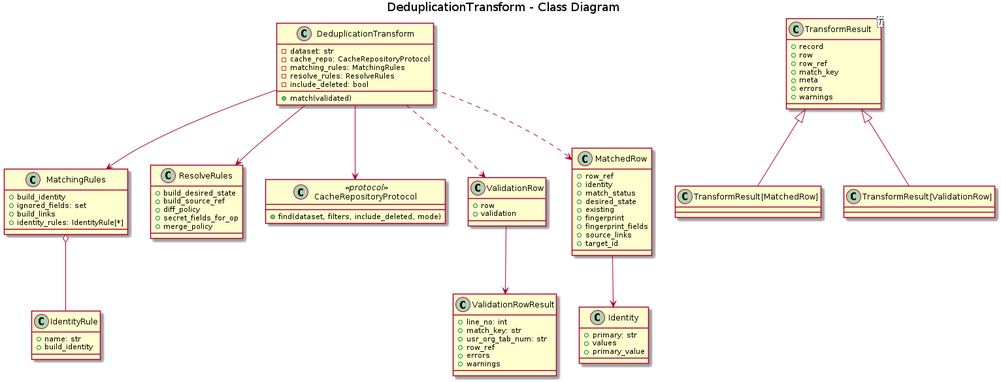
Above: docs/uml/transform/matcher/matcher_class.png in xORex-LC/nexus-etl (PlantUML), before the change. Its source is kept beside it as docs/uml/transform/matcher/matcher_class.puml.
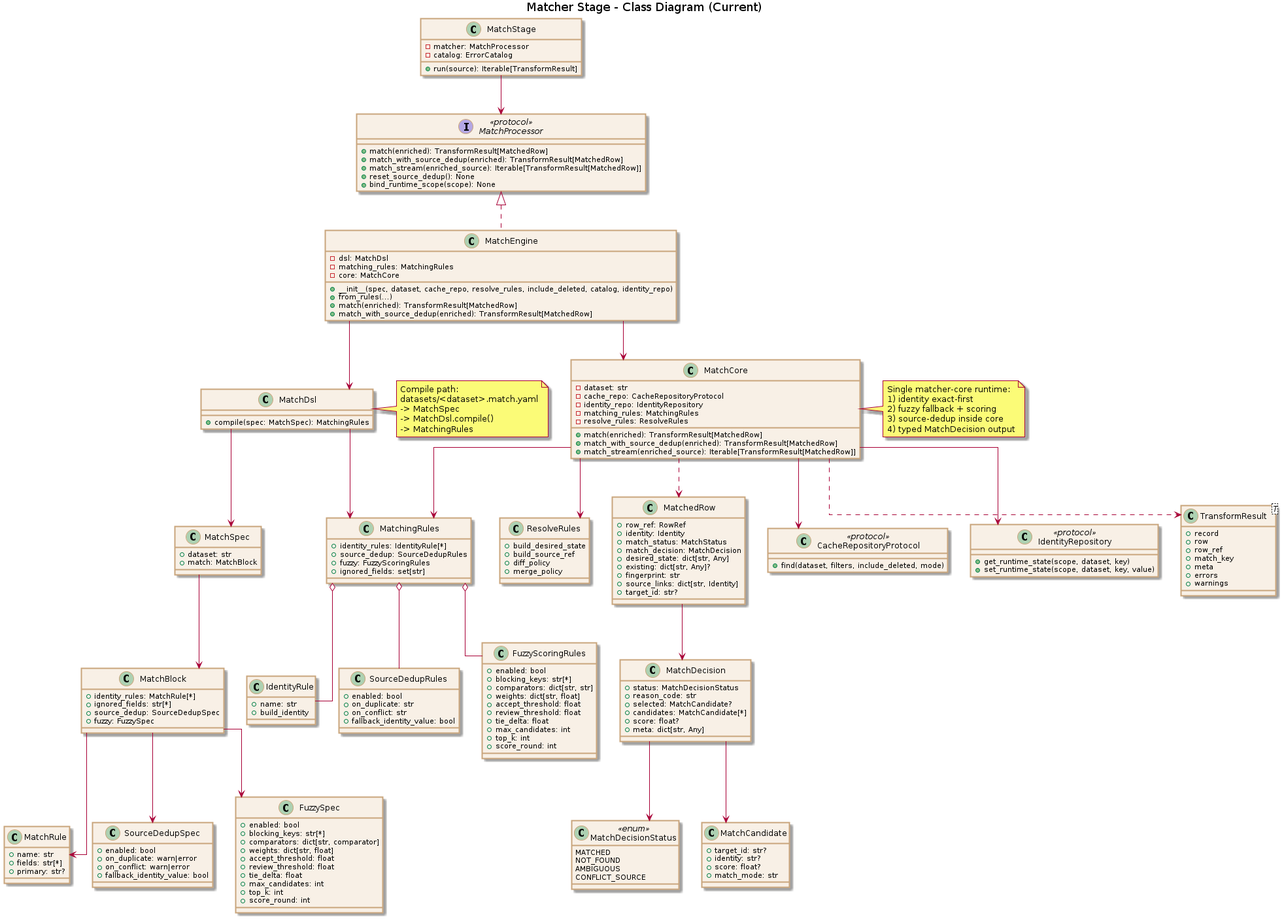
The same file after the commit.

Commit message:
Added UML diagrams describing the DSL and declarative model for describing data handling rules for matcher. Updated the documentation with the implementation plan

The edit, as a diff of the source:
```diff
@@ -1,20 +1,97 @@
 @startuml
-title DeduplicationTransform - Class Diagram
+title Matcher Stage - Class Diagram (Current)
+set namespaceSeparator none
+skinparam backgroundColor white
+skinparam linetype ortho
+skinparam defaultFontName Arial
+skinparam classBorderThickness 2
+skinparam class {
+  BackgroundColor #f8f0e6
+  BorderColor #c9a57c
+}
 
-class DeduplicationTransform {
+class MatchStage {
+  - matcher: MatchProcessor
+  - catalog: ErrorCatalog
+  + run(source): Iterable[TransformResult]
+}
+
+interface MatchProcessor <<protocol>> {
+  + match(enriched): TransformResult[MatchedRow]
+  + match_with_source_dedup(enriched): TransformResult[MatchedRow]
+  + match_stream(enriched_source): Iterable[TransformResult[MatchedRow]]
+  + reset_source_dedup(): None
+  + bind_runtime_scope(scope): None
+}
+
+class MatchEngine {
+  - dsl: MatchDsl
+  - matching_rules: MatchingRules
+  - core: MatchCore
+  + __init__(spec, dataset, cache_repo, resolve_rules, include_deleted, catalog, identity_repo)
+  + from_rules(...)
+  + match(enriched): TransformResult[MatchedRow]
+  + match_with_source_dedup(enriched): TransformResult[MatchedRow]
+}
+
+class MatchDsl {
+  + compile(spec: MatchSpec): MatchingRules
+}
+
+class MatchCore {
   - dataset: str
   - cache_repo: CacheRepositoryProtocol
+  - identity_repo: IdentityRepository
   - matching_rules: MatchingRules
   - resolve_rules: ResolveRules
-  - include_deleted: bool
-  + match(enriched)
+  + match(enriched): TransformResult[MatchedRow]
+  + match_with_source_dedup(enriched): TransformResult[MatchedRow]
+  + match_stream(enriched_source): Iterable[TransformResult[MatchedRow]]
+}
+
+class MatchSpec {
+  + dataset: str
+  + match: MatchBlock
+}
+
+class MatchBlock {
+  + identity_rules: MatchRule[*]
+  + ignored_fields: str[*]
+  + source_dedup: SourceDedupSpec
+  + fuzzy: FuzzySpec
+}
+
+class MatchRule {
+  + name: str
+  + fields: str[*]
+  + primary: str?
+}
+
+class SourceDedupSpec {
+  + enabled: bool
+  + on_duplicate: warn|error
+  + on_conflict: warn|error
+  + fallback_identity_value: bool
+}
+
+class FuzzySpec {
+  + enabled: bool
+  + blocking_keys: str[*]
+  + comparators: dict[str, comparator]
+  + weights: dict[str, float]
+  + accept_threshold: float
+  + review_threshold: float
+  + tie_delta: float
+  + max_candidates: int
+  + top_k: int
+  + score_round: int
 }
 
 class MatchingRules {
-  + build_identity
-  + ignored_fields: set
-  + build_links
   + identity_rules: IdentityRule[*]
+  + source_dedup: SourceDedupRules
+  + fuzzy: FuzzyScoringRules
+  + ignored_fields: set[str]
 }
 
 class IdentityRule {
@@ -22,43 +99,75 @@
   + build_identity
 }
 
+class SourceDedupRules {
+  + enabled: bool
+  + on_duplicate: str
+  + on_conflict: str
+  + fallback_identity_value: bool
+}
+
+class FuzzyScoringRules {
+  + enabled: bool
+  + blocking_keys: str[*]
+  + comparators: dict[str, str]
+  + weights: dict[str, float]
+  + accept_threshold: float
+  + review_threshold: float
+  + tie_delta: float
+  + max_candidates: int
+  + top_k: int
+  + score_round: int
+}
+
 class ResolveRules {
   + build_desired_state
   + build_source_ref
   + diff_policy
-  + secret_fields_for_op
   + merge_policy
+}
+
+class MatchDecisionStatus <<enum>> {
+  MATCHED
+  NOT_FOUND
+  AMBIGUOUS
+  CONFLICT_SOURCE
+}
+
+class MatchDecision {
+  + status: MatchDecisionStatus
+  + reason_code: str
+  + selected: MatchCandidate?
+  + candidates: MatchCandidate[*]
+  + score: float?
+  + meta: dict[str, Any]
+}
+
+class MatchCandidate {
+  + target_id: str?
+  + identity: str?
+  + score: float?
+  + match_mode: str
+}
+
+class MatchedRow {
+  + row_ref: RowRef
+  + identity: Identity
+  + match_status: MatchStatus
+  + match_decision: MatchDecision
+  + desired_state: dict[str, Any]
+  + existing: dict[str, Any]?
+  + fingerprint: str
+  + source_links: dict[str, Identity]
+  + target_id: str?
 }
 
 class CacheRepositoryProtocol <<protocol>> {
   + find(dataset, filters, include_deleted, mode)
 }
 
-class MatchContext {
-  + line_no: int
-  + match_key: str
-  + usr_org_tab_num: str
-  + row_ref
-  + errors
-  + warnings
-}
-
-class Identity {
-  + primary: str
-  + values
-  + primary_value
-}
-
-class MatchedRow {
-  + row_ref
-  + identity
-  + match_status
-  + desired_state
-  + existing
-  + fingerprint
-  + fingerprint_fields
-  + source_links
-  + target_id
+class IdentityRepository <<protocol>> {
+  + get_runtime_state(scope, dataset, key)
+  + set_runtime_state(scope, dataset, key, value)
 }
 
 class TransformResult<T> {
@@ -71,14 +180,43 @@
   + warnings
 }
 
-DeduplicationTransform --> MatchingRules
-DeduplicationTransform --> ResolveRules
-DeduplicationTransform --> CacheRepositoryProtocol
-DeduplicationTransform ..> MatchedRow
-DeduplicationTransform ..> MatchContext
+MatchStage --> MatchProcessor
+MatchProcessor <|.. MatchEngine
+MatchEngine --> MatchDsl
+MatchEngine --> MatchCore
+MatchDsl --> MatchSpec
+MatchSpec --> MatchBlock
+MatchBlock --> MatchRule
+MatchBlock --> SourceDedupSpec
+MatchBlock --> FuzzySpec
+MatchDsl --> MatchingRules
 MatchingRules o-- IdentityRule
-MatchedRow --> Identity
-TransformResult <|-- "TransformResult[MatchedRow]"
-TransformResult <|-- "TransformResult[EnrichedRow]"
+MatchingRules o-- SourceDedupRules
+MatchingRules o-- FuzzyScoringRules
+MatchCore --> MatchingRules
+MatchCore --> ResolveRules
+MatchCore --> CacheRepositoryProtocol
+MatchCore --> IdentityRepository
+MatchedRow --> MatchDecision
+MatchDecision --> MatchDecisionStatus
+MatchDecision --> MatchCandidate
+MatchCore ..> TransformResult
+MatchCore ..> MatchedRow
+
+note right of MatchDsl
+Compile path:
+datasets/<dataset>.match.yaml
+-> MatchSpec
+-> MatchDsl.compile()
+-> MatchingRules
+end note
+
+note right of MatchCore
+Single matcher-core runtime:
+1) identity exact-first
+2) fuzzy fallback + scoring
+3) source-dedup inside core
+4) typed MatchDecision output
+end note
 
 @enduml
```
